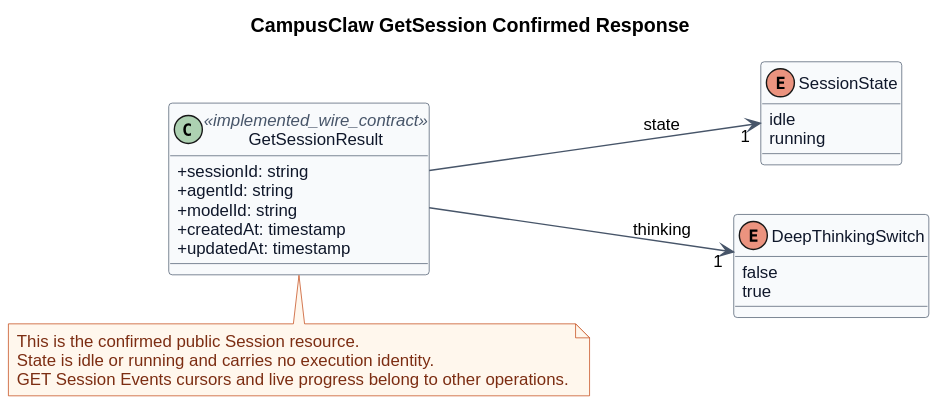
Before: pi-mono-java-manager-driven-multi-agent-runtime/diagrams/session-lifecycle/http_get_session_response.svg, a diagram exported from PlantUML (ssm0808/pi-mono-java-design). The source it was exported from:
```plantuml
@startuml
title CampusClaw GetSession Confirmed Response


left to right direction
skinparam backgroundColor #FFFFFF
skinparam shadowing false
skinparam defaultFontName Arial
skinparam defaultFontSize 12
skinparam classAttributeIconSize 0
skinparam class {
  BackgroundColor #F8FAFC
  BorderColor #475569
  ArrowColor #475569
  FontColor #0F172A
  AttributeFontColor #0F172A
  StereotypeFontColor #475569
}
skinparam note {
  BackgroundColor #FFF7ED
  BorderColor #C2410C
  FontColor #7C2D12
}
skinparam ArrowColor #475569

class GetSessionResult <<implemented_wire_contract>> {
  +sessionId: string
  +agentId: string
  +modelId: string
  +createdAt: timestamp
  +updatedAt: timestamp
}

enum SessionState {
  idle
  running
}

enum DeepThinkingSwitch {
  false
  true
}

GetSessionResult --> "1" SessionState : state
GetSessionResult --> "1" DeepThinkingSwitch : thinking

note bottom of GetSessionResult
This is the confirmed public Session resource.
State is idle or running and carries no execution identity.
GET Session Events cursors and live progress belong to other operations.
end note
@enduml
```
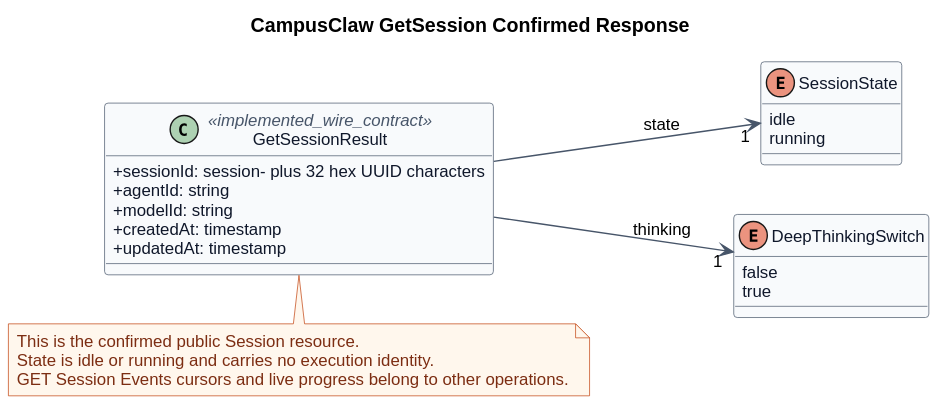
After the change.

What changed in the source:
```diff
@@ -24,7 +24,7 @@
 skinparam ArrowColor #475569
 
 class GetSessionResult <<implemented_wire_contract>> {
-  +sessionId: string
+  +sessionId: session- plus 32 hex UUID characters
   +agentId: string
   +modelId: string
   +createdAt: timestamp
```
